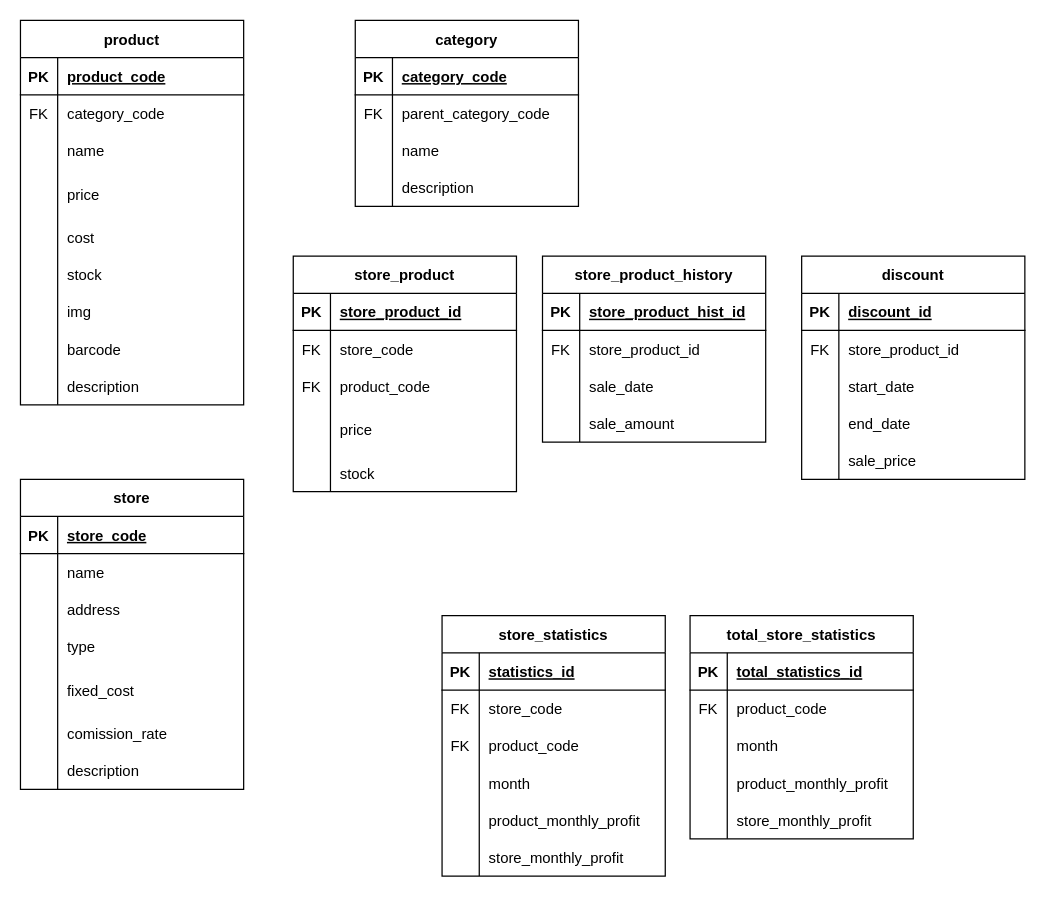
The draw.io diagram database/ERD.drawio in JoshRyu/logistics, before the edit. Source tidied: cells renumbered, new cells numbered last; positions are measured from the earlier drawing's top-left corner, leaving out a move shared by most shapes. Both pictures are drawn from the tidied source at 124%, with x=0, y=0 at pixel (20, 20).
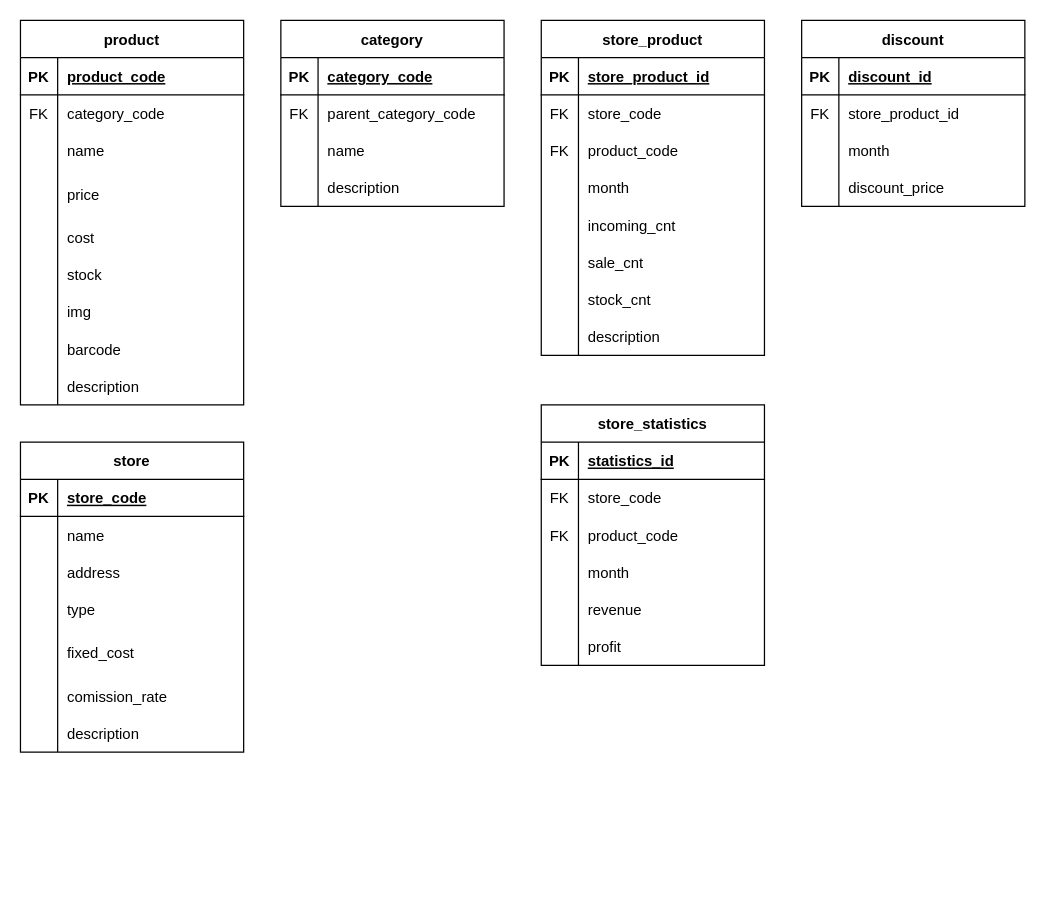
After the change.

Unchanged cells that the change refers to:
```xml
<mxCell id="88" style="shape=tableRow;horizontal=0;startSize=0;swimlaneHead=0;swimlaneBody=0;fillColor=none;top=0;left=0;right=0;bottom=0;" parent="81" vertex="1">
  <mxGeometry y="90" width="180" height="30" as="geometry" />
</mxCell>
<mxCell id="110" style="shape=tableRow;horizontal=0;startSize=0;swimlaneHead=0;swimlaneBody=0;fillColor=none;top=0;left=0;right=0;bottom=0;" parent="97" vertex="1">
  <mxGeometry y="150" width="180" height="30" as="geometry" />
</mxCell>
<mxCell id="113" style="shape=tableRow;horizontal=0;startSize=0;swimlaneHead=0;swimlaneBody=0;fillColor=none;top=0;left=0;right=0;bottom=0;" parent="97" vertex="1">
  <mxGeometry y="180" width="180" height="30" as="geometry" />
</mxCell>
```

Diff of the diagram source:
```diff
@@
     <mxCell id="30" value="category" style="shape=table;startSize=30;childLayout=tableLayout;rowLines=0;fontStyle=1;align=center;" parent="1" vertex="1">
-      <mxGeometry x="270" width="180" height="150" as="geometry" />
+      <mxGeometry x="210" width="180" height="150" as="geometry" />
     </mxCell>
@@
     <mxCell id="43" value="store" style="shape=table;startSize=30;childLayout=tableLayout;rowLines=0;fontStyle=1;align=center;" parent="1" vertex="1">
-      <mxGeometry y="370" width="180" height="250" as="geometry" />
+      <mxGeometry y="340" width="180" height="250" as="geometry" />
     </mxCell>
@@
     <mxCell id="65" value="store_product" style="shape=table;startSize=30;childLayout=tableLayout;rowLines=0;fontStyle=1;align=center;" parent="1" vertex="1">
-      <mxGeometry x="220" y="190" width="180" height="190" as="geometry" />
+      <mxGeometry x="420" width="180" height="270" as="geometry" />
     </mxCell>
@@
+    <mxCell id="145" style="shape=tableRow;horizontal=0;startSize=0;swimlaneHead=0;swimlaneBody=0;fillColor=none;top=0;left=0;right=0;bottom=0;" parent="65" vertex="1">
+      <mxGeometry y="120" width="180" height="30" as="geometry" />
+    </mxCell>
+    <mxCell id="146" style="shape=partialRectangle;fillColor=none;top=0;left=0;bottom=0;right=0;overflow=hidden;" parent="145" vertex="1">
+      <mxGeometry width="30" height="30" as="geometry" />
+    </mxCell>
+    <mxCell id="125" value="month" style="shape=partialRectangle;fillColor=none;top=0;left=0;bottom=0;right=0;align=left;spacingLeft=6;overflow=hidden;" parent="145" vertex="1">
+      <mxGeometry x="30" width="150" height="30" as="geometry" />
+    </mxCell>
     <mxCell id="75" style="shape=tableRow;horizontal=0;startSize=0;swimlaneHead=0;swimlaneBody=0;fillColor=none;top=0;left=0;right=0;bottom=0;" parent="65" vertex="1">
-      <mxGeometry y="120" width="180" height="40" as="geometry" />
+      <mxGeometry y="150" width="180" height="30" as="geometry" />
     </mxCell>
     <mxCell id="76" style="shape=partialRectangle;fillColor=none;top=0;left=0;bottom=0;right=0;overflow=hidden;" parent="75" vertex="1">
-      <mxGeometry width="30" height="40" as="geometry" />
+      <mxGeometry width="30" height="30" as="geometry" />
     </mxCell>
-    <mxCell id="77" value="price" style="shape=partialRectangle;fillColor=none;top=0;left=0;bottom=0;right=0;align=left;spacingLeft=6;overflow=hidden;" parent="75" vertex="1">
-      <mxGeometry x="30" width="150" height="40" as="geometry" />
+    <mxCell id="77" value="incoming_cnt" style="shape=partialRectangle;fillColor=none;top=0;left=0;bottom=0;right=0;align=left;spacingLeft=6;overflow=hidden;" parent="75" vertex="1">
+      <mxGeometry x="30" width="150" height="30" as="geometry" />
     </mxCell>
     <mxCell id="78" style="shape=tableRow;horizontal=0;startSize=0;swimlaneHead=0;swimlaneBody=0;fillColor=none;top=0;left=0;right=0;bottom=0;" parent="65" vertex="1">
-      <mxGeometry y="160" width="180" height="30" as="geometry" />
+      <mxGeometry y="180" width="180" height="30" as="geometry" />
     </mxCell>
@@
-    <mxCell id="80" value="stock" style="shape=partialRectangle;fillColor=none;top=0;left=0;bottom=0;right=0;align=left;spacingLeft=6;overflow=hidden;" parent="78" vertex="1">
+    <mxCell id="80" value="sale_cnt" style="shape=partialRectangle;fillColor=none;top=0;left=0;bottom=0;right=0;align=left;spacingLeft=6;overflow=hidden;" parent="78" vertex="1">
       <mxGeometry x="30" width="150" height="30" as="geometry" />
     </mxCell>
+    <mxCell id="147" style="shape=tableRow;horizontal=0;startSize=0;swimlaneHead=0;swimlaneBody=0;fillColor=none;top=0;left=0;right=0;bottom=0;" parent="65" vertex="1">
+      <mxGeometry y="210" width="180" height="30" as="geometry" />
+    </mxCell>
+    <mxCell id="148" style="shape=partialRectangle;fillColor=none;top=0;left=0;bottom=0;right=0;overflow=hidden;" parent="147" vertex="1">
+      <mxGeometry width="30" height="30" as="geometry" />
+    </mxCell>
+    <mxCell id="149" value="stock_cnt" style="shape=partialRectangle;fillColor=none;top=0;left=0;bottom=0;right=0;align=left;spacingLeft=6;overflow=hidden;" parent="147" vertex="1">
+      <mxGeometry x="30" width="150" height="30" as="geometry" />
+    </mxCell>
+    <mxCell id="150" style="shape=tableRow;horizontal=0;startSize=0;swimlaneHead=0;swimlaneBody=0;fillColor=none;top=0;left=0;right=0;bottom=0;" parent="65" vertex="1">
+      <mxGeometry y="240" width="180" height="30" as="geometry" />
+    </mxCell>
+    <mxCell id="151" style="shape=partialRectangle;fillColor=none;top=0;left=0;bottom=0;right=0;overflow=hidden;" parent="150" vertex="1">
+      <mxGeometry width="30" height="30" as="geometry" />
+    </mxCell>
+    <mxCell id="152" value="description" style="shape=partialRectangle;fillColor=none;top=0;left=0;bottom=0;right=0;align=left;spacingLeft=6;overflow=hidden;" parent="150" vertex="1">
+      <mxGeometry x="30" width="150" height="30" as="geometry" />
+    </mxCell>
     <mxCell id="81" value="discount" style="shape=table;startSize=30;childLayout=tableLayout;rowLines=0;fontStyle=1;align=center;" parent="1" vertex="1">
-      <mxGeometry x="630" y="190" width="180" height="180" as="geometry" />
+      <mxGeometry x="630" width="180" height="150" as="geometry" />
     </mxCell>
@@
-    <mxCell id="90" value="start_date" style="shape=partialRectangle;fillColor=none;top=0;left=0;bottom=0;right=0;align=left;spacingLeft=6;overflow=hidden;" parent="88" vertex="1">
+    <mxCell id="90" value="month" style="shape=partialRectangle;fillColor=none;top=0;left=0;bottom=0;right=0;align=left;spacingLeft=6;overflow=hidden;" parent="88" vertex="1">
       <mxGeometry x="30" width="150" height="30" as="geometry" />
     </mxCell>
-    <mxCell id="91" style="shape=tableRow;horizontal=0;startSize=0;swimlaneHead=0;swimlaneBody=0;fillColor=none;top=0;left=0;right=0;bottom=0;" parent="81" vertex="1">
-      <mxGeometry y="120" width="180" height="30" as="geometry" />
-    </mxCell>
-    <mxCell id="92" style="shape=partialRectangle;fillColor=none;top=0;left=0;bottom=0;right=0;overflow=hidden;" parent="91" vertex="1">
-      <mxGeometry width="30" height="30" as="geometry" />
-    </mxCell>
-    <mxCell id="93" value="end_date" style="shape=partialRectangle;fillColor=none;top=0;left=0;bottom=0;right=0;align=left;spacingLeft=6;overflow=hidden;" parent="91" vertex="1">
-      <mxGeometry x="30" width="150" height="30" as="geometry" />
-    </mxCell>
     <mxCell id="94" style="shape=tableRow;horizontal=0;startSize=0;swimlaneHead=0;swimlaneBody=0;fillColor=none;top=0;left=0;right=0;bottom=0;" parent="81" vertex="1">
-      <mxGeometry y="150" width="180" height="30" as="geometry" />
+      <mxGeometry y="120" width="180" height="30" as="geometry" />
     </mxCell>
@@
-    <mxCell id="96" value="sale_price" style="shape=partialRectangle;fillColor=none;top=0;left=0;bottom=0;right=0;align=left;spacingLeft=6;overflow=hidden;" parent="94" vertex="1">
+    <mxCell id="96" value="discount_price" style="shape=partialRectangle;fillColor=none;top=0;left=0;bottom=0;right=0;align=left;spacingLeft=6;overflow=hidden;" parent="94" vertex="1">
       <mxGeometry x="30" width="150" height="30" as="geometry" />
     </mxCell>
     <mxCell id="97" value="store_statistics" style="shape=table;startSize=30;childLayout=tableLayout;rowLines=0;fontStyle=1;align=center;" parent="1" vertex="1">
-      <mxGeometry x="340" y="480" width="180" height="210" as="geometry" />
+      <mxGeometry x="420" y="310" width="180" height="210" as="geometry" />
     </mxCell>
@@
-    <mxCell id="104" style="shape=tableRow;horizontal=0;startSize=0;swimlaneHead=0;swimlaneBody=0;fillColor=none;top=0;left=0;right=0;bottom=0;" parent="97" vertex="1">
-      <mxGeometry y="90" width="180" height="30" as="geometry" />
-    </mxCell>
-    <mxCell id="105" value="FK" style="shape=partialRectangle;fillColor=none;top=0;left=0;bottom=0;right=0;overflow=hidden;" parent="104" vertex="1">
-      <mxGeometry width="30" height="30" as="geometry" />
-    </mxCell>
-    <mxCell id="106" value="product_code" style="shape=partialRectangle;fillColor=none;top=0;left=0;bottom=0;right=0;align=left;spacingLeft=6;overflow=hidden;" parent="104" vertex="1">
-      <mxGeometry x="30" width="150" height="30" as="geometry" />
-    </mxCell>
+    <mxCell id="153" style="shape=tableRow;horizontal=0;startSize=0;swimlaneHead=0;swimlaneBody=0;fillColor=none;top=0;left=0;right=0;bottom=0;" parent="97" vertex="1">
+      <mxGeometry y="90" width="180" height="30" as="geometry" />
+    </mxCell>
+    <mxCell id="154" value="FK" style="shape=partialRectangle;fillColor=none;top=0;left=0;bottom=0;right=0;overflow=hidden;" parent="153" vertex="1">
+      <mxGeometry width="30" height="30" as="geometry" />
+    </mxCell>
+    <mxCell id="155" value="product_code" style="shape=partialRectangle;fillColor=none;top=0;left=0;bottom=0;right=0;align=left;spacingLeft=6;overflow=hidden;" parent="153" vertex="1">
+      <mxGeometry x="30" width="150" height="30" as="geometry" />
+    </mxCell>
@@
-    <mxCell id="112" value="product_monthly_profit" style="shape=partialRectangle;fillColor=none;top=0;left=0;bottom=0;right=0;align=left;spacingLeft=6;overflow=hidden;" parent="110" vertex="1">
+    <mxCell id="112" value="revenue" style="shape=partialRectangle;fillColor=none;top=0;left=0;bottom=0;right=0;align=left;spacingLeft=6;overflow=hidden;" parent="110" vertex="1">
       <mxGeometry x="30" width="150" height="30" as="geometry" />
     </mxCell>
@@
-    <mxCell id="114" style="shape=partialRectangle;fillColor=none;top=0;left=0;bottom=0;right=0;overflow=hidden;" parent="113" vertex="1">
-      <mxGeometry width="30" height="30" as="geometry" />
-    </mxCell>
-    <mxCell id="115" value="store_monthly_profit" style="shape=partialRectangle;fillColor=none;top=0;left=0;bottom=0;right=0;align=left;spacingLeft=6;overflow=hidden;" parent="113" vertex="1">
-      <mxGeometry x="30" width="150" height="30" as="geometry" />
-    </mxCell>
-    <mxCell id="116" value="total_store_statistics" style="shape=table;startSize=30;childLayout=tableLayout;rowLines=0;fontStyle=1;align=center;" parent="1" vertex="1">
-      <mxGeometry x="540" y="480" width="180" height="180" as="geometry" />
-    </mxCell>
-    <mxCell id="117" style="shape=tableRow;horizontal=0;startSize=0;swimlaneHead=0;swimlaneBody=0;fillColor=none;top=0;left=0;right=0;bottom=1;" parent="116" vertex="1">
-      <mxGeometry y="30" width="180" height="30" as="geometry" />
-    </mxCell>
-    <mxCell id="118" value="PK" style="shape=partialRectangle;fillColor=none;top=0;left=0;bottom=0;right=0;fontStyle=1;overflow=hidden;" parent="117" vertex="1">
-      <mxGeometry width="30" height="30" as="geometry" />
-    </mxCell>
-    <mxCell id="119" value="total_statistics_id" style="shape=partialRectangle;fillColor=none;top=0;left=0;bottom=0;right=0;align=left;spacingLeft=6;fontStyle=5;overflow=hidden;" parent="117" vertex="1">
-      <mxGeometry x="30" width="150" height="30" as="geometry" />
-    </mxCell>
-    <mxCell id="120" style="shape=tableRow;horizontal=0;startSize=0;swimlaneHead=0;swimlaneBody=0;fillColor=none;top=0;left=0;right=0;bottom=0;" parent="116" vertex="1">
-      <mxGeometry y="60" width="180" height="30" as="geometry" />
-    </mxCell>
-    <mxCell id="121" value="FK" style="shape=partialRectangle;fillColor=none;top=0;left=0;bottom=0;right=0;overflow=hidden;" parent="120" vertex="1">
-      <mxGeometry width="30" height="30" as="geometry" />
-    </mxCell>
-    <mxCell id="122" value="product_code" style="shape=partialRectangle;fillColor=none;top=0;left=0;bottom=0;right=0;align=left;spacingLeft=6;overflow=hidden;" parent="120" vertex="1">
-      <mxGeometry x="30" width="150" height="30" as="geometry" />
-    </mxCell>
-    <mxCell id="123" style="shape=tableRow;horizontal=0;startSize=0;swimlaneHead=0;swimlaneBody=0;fillColor=none;top=0;left=0;right=0;bottom=0;" parent="116" vertex="1">
-      <mxGeometry y="90" width="180" height="30" as="geometry" />
-    </mxCell>
-    <mxCell id="124" style="shape=partialRectangle;fillColor=none;top=0;left=0;bottom=0;right=0;overflow=hidden;" parent="123" vertex="1">
-      <mxGeometry width="30" height="30" as="geometry" />
-    </mxCell>
-    <mxCell id="125" value="month" style="shape=partialRectangle;fillColor=none;top=0;left=0;bottom=0;right=0;align=left;spacingLeft=6;overflow=hidden;" parent="123" vertex="1">
-      <mxGeometry x="30" width="150" height="30" as="geometry" />
-    </mxCell>
-    <mxCell id="126" style="shape=tableRow;horizontal=0;startSize=0;swimlaneHead=0;swimlaneBody=0;fillColor=none;top=0;left=0;right=0;bottom=0;" parent="116" vertex="1">
-      <mxGeometry y="120" width="180" height="30" as="geometry" />
-    </mxCell>
-    <mxCell id="127" style="shape=partialRectangle;fillColor=none;top=0;left=0;bottom=0;right=0;overflow=hidden;" parent="126" vertex="1">
-      <mxGeometry width="30" height="30" as="geometry" />
-    </mxCell>
-    <mxCell id="128" value="product_monthly_profit" style="shape=partialRectangle;fillColor=none;top=0;left=0;bottom=0;right=0;align=left;spacingLeft=6;overflow=hidden;" parent="126" vertex="1">
-      <mxGeometry x="30" width="150" height="30" as="geometry" />
-    </mxCell>
-    <mxCell id="129" style="shape=tableRow;horizontal=0;startSize=0;swimlaneHead=0;swimlaneBody=0;fillColor=none;top=0;left=0;right=0;bottom=0;" parent="116" vertex="1">
-      <mxGeometry y="150" width="180" height="30" as="geometry" />
-    </mxCell>
-    <mxCell id="130" style="shape=partialRectangle;fillColor=none;top=0;left=0;bottom=0;right=0;overflow=hidden;" parent="129" vertex="1">
-      <mxGeometry width="30" height="30" as="geometry" />
-    </mxCell>
-    <mxCell id="131" value="store_monthly_profit" style="shape=partialRectangle;fillColor=none;top=0;left=0;bottom=0;right=0;align=left;spacingLeft=6;overflow=hidden;" parent="129" vertex="1">
-      <mxGeometry x="30" width="150" height="30" as="geometry" />
-    </mxCell>
-    <mxCell id="132" value="store_product_history" style="shape=table;startSize=30;childLayout=tableLayout;rowLines=0;fontStyle=1;align=center;" parent="1" vertex="1">
-      <mxGeometry x="421" y="190" width="180" height="150" as="geometry" />
-    </mxCell>
-    <mxCell id="133" style="shape=tableRow;horizontal=0;startSize=0;swimlaneHead=0;swimlaneBody=0;fillColor=none;top=0;left=0;right=0;bottom=1;" parent="132" vertex="1">
-      <mxGeometry y="30" width="180" height="30" as="geometry" />
-    </mxCell>
-    <mxCell id="134" value="PK" style="shape=partialRectangle;fillColor=none;top=0;left=0;bottom=0;right=0;fontStyle=1;overflow=hidden;" parent="133" vertex="1">
-      <mxGeometry width="30" height="30" as="geometry" />
-    </mxCell>
-    <mxCell id="135" value="store_product_hist_id" style="shape=partialRectangle;fillColor=none;top=0;left=0;bottom=0;right=0;align=left;spacingLeft=6;fontStyle=5;overflow=hidden;" parent="133" vertex="1">
-      <mxGeometry x="30" width="150" height="30" as="geometry" />
-    </mxCell>
-    <mxCell id="136" style="shape=tableRow;horizontal=0;startSize=0;swimlaneHead=0;swimlaneBody=0;fillColor=none;top=0;left=0;right=0;bottom=0;" parent="132" vertex="1">
-      <mxGeometry y="60" width="180" height="30" as="geometry" />
-    </mxCell>
-    <mxCell id="137" value="FK" style="shape=partialRectangle;fillColor=none;top=0;left=0;bottom=0;right=0;overflow=hidden;" parent="136" vertex="1">
-      <mxGeometry width="30" height="30" as="geometry" />
-    </mxCell>
-    <mxCell id="138" value="store_product_id" style="shape=partialRectangle;fillColor=none;top=0;left=0;bottom=0;right=0;align=left;spacingLeft=6;overflow=hidden;" parent="136" vertex="1">
-      <mxGeometry x="30" width="150" height="30" as="geometry" />
-    </mxCell>
-    <mxCell id="139" style="shape=tableRow;horizontal=0;startSize=0;swimlaneHead=0;swimlaneBody=0;fillColor=none;top=0;left=0;right=0;bottom=0;" parent="132" vertex="1">
-      <mxGeometry y="90" width="180" height="30" as="geometry" />
-    </mxCell>
-    <mxCell id="140" style="shape=partialRectangle;fillColor=none;top=0;left=0;bottom=0;right=0;overflow=hidden;" parent="139" vertex="1">
-      <mxGeometry width="30" height="30" as="geometry" />
-    </mxCell>
-    <mxCell id="141" value="sale_date" style="shape=partialRectangle;fillColor=none;top=0;left=0;bottom=0;right=0;align=left;spacingLeft=6;overflow=hidden;" parent="139" vertex="1">
-      <mxGeometry x="30" width="150" height="30" as="geometry" />
-    </mxCell>
-    <mxCell id="142" style="shape=tableRow;horizontal=0;startSize=0;swimlaneHead=0;swimlaneBody=0;fillColor=none;top=0;left=0;right=0;bottom=0;" parent="132" vertex="1">
-      <mxGeometry y="120" width="180" height="30" as="geometry" />
-    </mxCell>
-    <mxCell id="143" style="shape=partialRectangle;fillColor=none;top=0;left=0;bottom=0;right=0;overflow=hidden;" parent="142" vertex="1">
-      <mxGeometry width="30" height="30" as="geometry" />
-    </mxCell>
-    <mxCell id="144" value="sale_amount" style="shape=partialRectangle;fillColor=none;top=0;left=0;bottom=0;right=0;align=left;spacingLeft=6;overflow=hidden;" parent="142" vertex="1">
-      <mxGeometry x="30" width="150" height="30" as="geometry" />
-    </mxCell>
+    <mxCell id="156" style="shape=partialRectangle;fillColor=none;top=0;left=0;bottom=0;right=0;overflow=hidden;" parent="113" vertex="1">
+      <mxGeometry width="30" height="30" as="geometry" />
+    </mxCell>
+    <mxCell id="157" value="profit" style="shape=partialRectangle;fillColor=none;top=0;left=0;bottom=0;right=0;align=left;spacingLeft=6;overflow=hidden;" parent="113" vertex="1">
+      <mxGeometry x="30" width="150" height="30" as="geometry" />
+    </mxCell>
```
